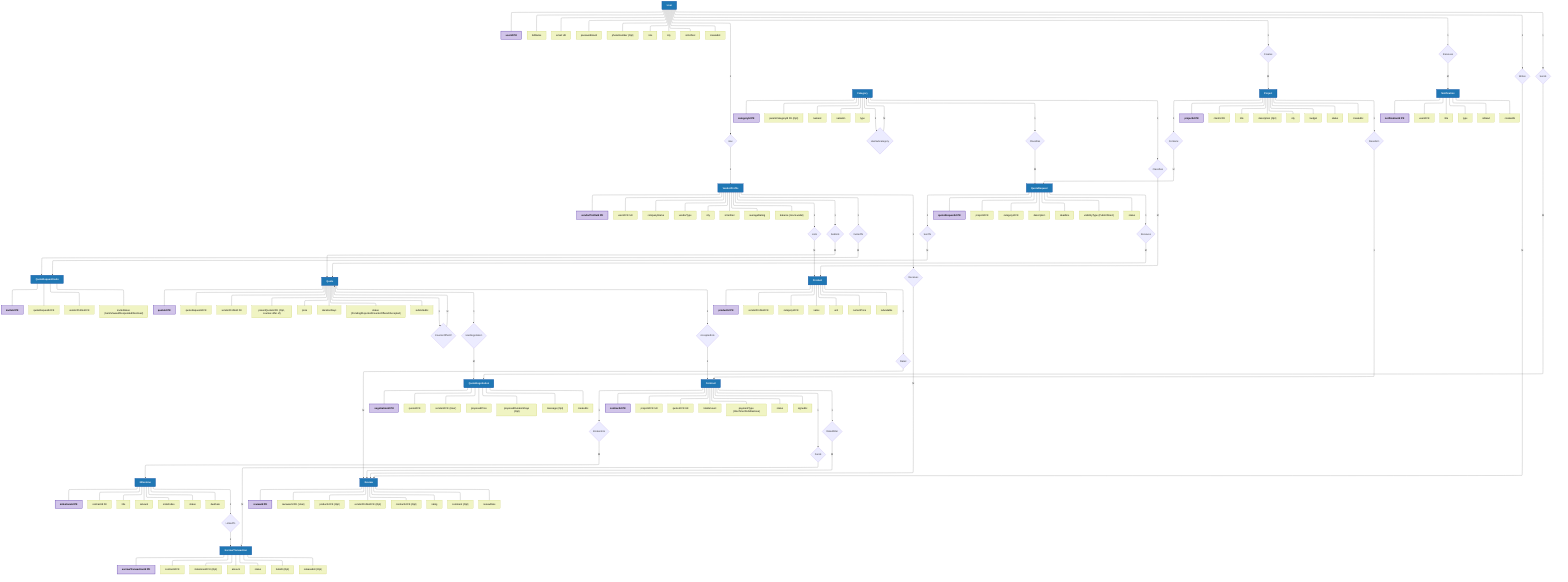
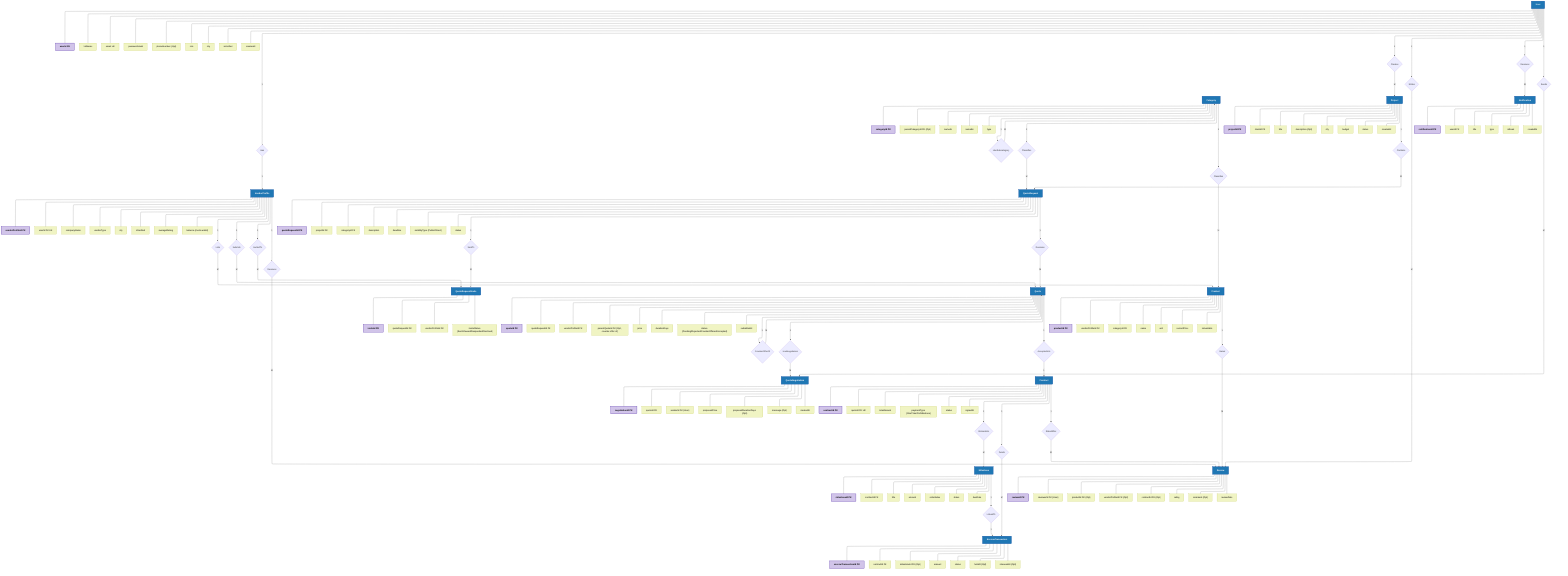
---
config:
  layout: elk
---
flowchart TB
    %% --- ENTITIES & ATTRIBUTE BINDINGS ---

    User["User"] --- UserId["userId PK"] & FullName["fullName"] & Email["email UK"] & PasswordHash["passwordHash"] & PhoneNumber["phoneNumber (Opt)"] & Role["role"] & City["city"] & IsVerified["isVerified"] & CreatedAt["createdAt"]

    VendorProfile["VendorProfile"] --- VendorProfileId["vendorProfileId PK"] & VendorUserId["userId FK UK"] & CompanyName["companyName"] & VendorType["vendorType"] & VendorCity["city"] & VendorIsVerified["isVerified"] & AverageRating["averageRating"] & Balance["balance (mock wallet)"]

    Category["Category"] --- CategoryId["categoryId PK"] & ParentCategoryId["parentCategoryId FK (Opt)"] & NameAr["nameAr"] & NameEn["nameEn"] & CatType["type"]

    Project["Project"] --- ProjectId["projectId PK"] & ClientId["clientId FK"] & Title["title"] & ProjDescription["description (Opt)"] & ProjCity["city"] & Budget["budget"] & ProjStatus["status"] & ProjCreatedAt["createdAt"]

    QuoteRequest["QuoteRequest"] --- QuoteRequestId["quoteRequestId PK"] & QrProjectId["projectId FK"] & QrCategoryId["categoryId FK"] & QrDescription["description"] & Deadline["deadline"] & VisibilityType["visibilityType (Public/Direct)"] & QrStatus["status"]

    QuoteRequestInvite["QuoteRequestInvite"] --- InviteId["inviteId PK"] & IQuoteRequestId["quoteRequestId FK"] & IVendorProfileId["vendorProfileId FK"] & InviteStatus["inviteStatus (Sent/Viewed/Responded/Declined)"]

    Quote["Quote"] --- QuoteId["quoteId PK"] & QQuoteRequestId["quoteRequestId FK"] & QVendorProfileId["vendorProfileId FK"] & ParentQuoteId["parentQuoteId FK (Opt, counter-offer of)"] & Price["price"] & DurationDays["durationDays"] & QuoteStatus["status (Pending/Rejected/CounterOffered/Accepted)"] & SubmittedAt["submittedAt"]

    QuoteNegotiation["QuoteNegotiation"] --- NegotiationId["negotiationId PK"] & NQuoteId["quoteId FK"] & SenderId["senderId FK (User)"] & ProposedPrice["proposedPrice"] & ProposedDuration["proposedDurationDays (Opt)"] & NegMessage["message (Opt)"] & NegCreatedAt["createdAt"]

-     Contract["Contract"] --- ContractId["contractId PK"] & CProjectId["projectId FK UK"] & CQuoteId["quoteId FK UK"] & TotalAmount["totalAmount"] & PaymentType["paymentType (OneTime/PerMilestone)"] & ContractStatus["status"] & SignedAt["signedAt"]
+     Contract["Contract"] --- ContractId["contractId PK"] & CQuoteId["quoteId FK UK"] & TotalAmount["totalAmount"] & PaymentType["paymentType (OneTime/PerMilestone)"] & ContractStatus["status"] & SignedAt["signedAt"]

    Milestone["Milestone"] --- MilestoneId["milestoneId PK"] & MContractId["contractId FK"] & MTitle["title"] & Amount["amount"] & OrderIndex["orderIndex"] & MilestoneStatus["status"] & DueDate["dueDate"]

    EscrowTransaction["EscrowTransaction"] --- EscrowTransactionId["escrowTransactionId PK"] & EContractId["contractId FK"] & EMilestoneId["milestoneId FK (Opt)"] & EAmount["amount"] & EscrowStatus["status"] & HeldAt["heldAt (Opt)"] & ReleasedAt["releasedAt (Opt)"]

    Product["Product"] --- ProductId["productId PK"] & PVendorProfileId["vendorProfileId FK"] & PCategoryId["categoryId FK"] & ProductName["name"] & Unit["unit"] & CurrentPrice["currentPrice"] & IsAvailable["isAvailable"]

    Review["Review"] --- ReviewId["reviewId PK"] & ReviewerId["reviewerId FK (User)"] & RProductId["productId FK (Opt)"] & RVendorProfileId["vendorProfileId FK (Opt)"] & RContractId["contractId FK (Opt)"] & Rating["rating"] & Comment["comment (Opt)"] & ReviewDate["reviewDate"]

    Notification["Notification"] --- NotificationId["notificationId PK"] & NUserId["userId FK"] & NTitle["title"] & NType["type"] & IsRead["isRead"] & NCreatedAt["createdAt"]

    %% --- RELATIONSHIPS & RELATION REJECTED ATTRIBUTES ---

    %% User - VendorProfile -> 1:1 (Partial on User, Partial on VendorProfile)
    User -- 1 --> HasVendorRel{"Has"} -- 1 --> VendorProfile

    %% User - Project -> 1:M (Partial on User, Total on Project)
    User -- 1 --> CreatesRel{"Creates"} -- M --> Project

    %% User - Review -> 1:M (Partial on User, Total on Review)
    User -- 1 --> WritesRel{"Writes"} -- M --> Review

    %% User - Notification -> 1:M (Partial on User, Total on Notification)
    User -- 1 --> ReceivesNotifRel{"Receives"} -- M --> Notification

    %% User - QuoteNegotiation -> 1:M (Partial on User, Total on QuoteNegotiation) - sender can be client or vendor
    User -- 1 --> SendsNegRel{"Sends"} -- M --> QuoteNegotiation

    %% VendorProfile - Product -> 1:M (Partial on VendorProfile, Total on Product)
    VendorProfile -- 1 --> ListsRel{"Lists"} -- M --> Product

    %% VendorProfile - Quote -> 1:M (Partial on VendorProfile, Total on Quote)
    VendorProfile -- 1 --> SubmitsRel{"Submits"} -- M --> Quote

    %% VendorProfile - QuoteRequestInvite -> 1:M (Partial on VendorProfile, Total on Invite)
    VendorProfile -- 1 --> InvitedToRel{"InvitedTo"} -- M --> QuoteRequestInvite

    %% VendorProfile - Review -> 1:M (Partial on both - review may target Vendor, Product, Contract or a combination)
    VendorProfile -- 1 --> ReceivesReviewRel{"Receives"} -- M --> Review

    %% Category - Category -> 1:M self-reference (Partial on both sides)
    Category -- 1 --> HasSubcategoryRel{"HasSubcategory"} -- M --> Category

    %% Category - QuoteRequest -> 1:M (Partial on Category, Total on QuoteRequest)
    Category -- 1 --> ClassifiesQrRel{"Classifies"} -- M --> QuoteRequest

    %% Category - Product -> 1:M (Partial on Category, Total on Product)
    Category -- 1 --> ClassifiesProdRel{"Classifies"} -- M --> Product

    %% Project - QuoteRequest -> 1:M (Total on Project, Total on QuoteRequest)
    Project -- 1 --> ContainsQrRel{"Contains"} -- M --> QuoteRequest

-     %% Project - Contract -> 1:1 (Partial on Project, Total on Contract)
-     Project -- 1 --> ResultsInRel{"ResultsIn"} -- 1 --> Contract
+     %% NOTE: Project - Contract is intentionally NOT a direct edge.
+     %% It's derived transitively: Project -1:M-> QuoteRequest -1:M-> Quote -1:1-> Contract
+     %% (this also makes Project:Contract effectively 1:M, since a project can have
+     %% several QuoteRequests, each potentially reaching its own accepted Quote/Contract)

    %% QuoteRequest - QuoteRequestInvite -> 1:M (Partial on QuoteRequest, only when visibilityType = Direct)
    QuoteRequest -- 1 --> SentToRel{"SentTo"} -- M --> QuoteRequestInvite

    %% QuoteRequest - Quote -> 1:M (Total on QuoteRequest, Total on Quote)
    QuoteRequest -- 1 --> RequestReceivesRel{"Receives"} -- M --> Quote

    %% Quote - Quote -> 1:M self-reference (counter-offer chain after rejection, Partial on both sides)
    Quote -- 1 --> CounterOfferOfRel{"CounterOfferOf"} -- M --> Quote

    %% Quote - QuoteNegotiation -> 1:M (Partial on Quote, Total on QuoteNegotiation)
    Quote -- 1 --> HasNegotiationRel{"HasNegotiation"} -- M --> QuoteNegotiation

    %% Quote - Contract -> 1:1 (Partial on Quote, Total on Contract)
    Quote -- 1 --> AcceptedIntoRel{"AcceptedInto"} -- 1 --> Contract

    %% Contract - Milestone -> 1:M (Partial on Contract - only when paymentType = PerMilestone, Total on Milestone)
    Contract -- 1 --> BrokenIntoRel{"BrokenInto"} -- M --> Milestone

    %% Contract - EscrowTransaction -> 1:M (Total on Contract - one record if OneTime, one per Milestone if PerMilestone)
    Contract -- 1 --> FundsRel{"Funds"} -- M --> EscrowTransaction

    %% Contract - Review -> 1:M (Partial on Contract, Total on Review)
    Contract -- 1 --> RatedAfterRel{"RatedAfter"} -- M --> Review

    %% Milestone - EscrowTransaction -> 1:1 (Partial on both - only linked when paymentType = PerMilestone)
    Milestone -- 1 --> LinkedToRel{"LinkedTo"} -- 1 --> EscrowTransaction

    %% Product - Review -> 1:M (Partial on Product, Total on Review)
    Product -- 1 --> RatedRel{"Rated"} -- M --> Review

    %% --- STYLING ---
    class User,VendorProfile,Category,Project,QuoteRequest,QuoteRequestInvite,Quote,QuoteNegotiation,Contract,Milestone,EscrowTransaction,Product,Review,Notification entity

    class UserId,VendorProfileId,CategoryId,ProjectId,QuoteRequestId,InviteId,QuoteId,NegotiationId,ContractId,MilestoneId,EscrowTransactionId,ProductId,ReviewId,NotificationId keyAttribute

-     class FullName,Email,PasswordHash,PhoneNumber,Role,City,IsVerified,CreatedAt,VendorUserId,CompanyName,VendorType,VendorCity,VendorIsVerified,AverageRating,Balance,ParentCategoryId,NameAr,NameEn,CatType,ClientId,Title,ProjDescription,ProjCity,Budget,ProjStatus,ProjCreatedAt,QrProjectId,QrCategoryId,QrDescription,Deadline,VisibilityType,QrStatus,IQuoteRequestId,IVendorProfileId,InviteStatus,QQuoteRequestId,QVendorProfileId,ParentQuoteId,Price,DurationDays,QuoteStatus,SubmittedAt,NQuoteId,SenderId,ProposedPrice,ProposedDuration,NegMessage,NegCreatedAt,CProjectId,CQuoteId,TotalAmount,PaymentType,ContractStatus,SignedAt,MContractId,MTitle,Amount,OrderIndex,MilestoneStatus,DueDate,EContractId,EMilestoneId,EAmount,EscrowStatus,HeldAt,ReleasedAt,PVendorProfileId,PCategoryId,ProductName,Unit,CurrentPrice,IsAvailable,ReviewerId,RProductId,RVendorProfileId,RContractId,Rating,Comment,ReviewDate,NUserId,NTitle,NType,IsRead,NCreatedAt attribute
+     class FullName,Email,PasswordHash,PhoneNumber,Role,City,IsVerified,CreatedAt,VendorUserId,CompanyName,VendorType,VendorCity,VendorIsVerified,AverageRating,Balance,ParentCategoryId,NameAr,NameEn,CatType,ClientId,Title,ProjDescription,ProjCity,Budget,ProjStatus,ProjCreatedAt,QrProjectId,QrCategoryId,QrDescription,Deadline,VisibilityType,QrStatus,IQuoteRequestId,IVendorProfileId,InviteStatus,QQuoteRequestId,QVendorProfileId,ParentQuoteId,Price,DurationDays,QuoteStatus,SubmittedAt,NQuoteId,SenderId,ProposedPrice,ProposedDuration,NegMessage,NegCreatedAt,CQuoteId,TotalAmount,PaymentType,ContractStatus,SignedAt,MContractId,MTitle,Amount,OrderIndex,MilestoneStatus,DueDate,EContractId,EMilestoneId,EAmount,EscrowStatus,HeldAt,ReleasedAt,PVendorProfileId,PCategoryId,ProductName,Unit,CurrentPrice,IsAvailable,ReviewerId,RProductId,RVendorProfileId,RContractId,Rating,Comment,ReviewDate,NUserId,NTitle,NType,IsRead,NCreatedAt attribute

    classDef entity fill:#1f77b4,stroke:#0d47a1,stroke-width:2px,color:#fff,font-weight:bold
    classDef attribute fill:#f0f4c3,stroke:#afb42b,stroke-width:1px,color:#000
    classDef keyAttribute fill:#d1c4e9,stroke:#512da8,stroke-width:2px,color:#000,font-weight:bold